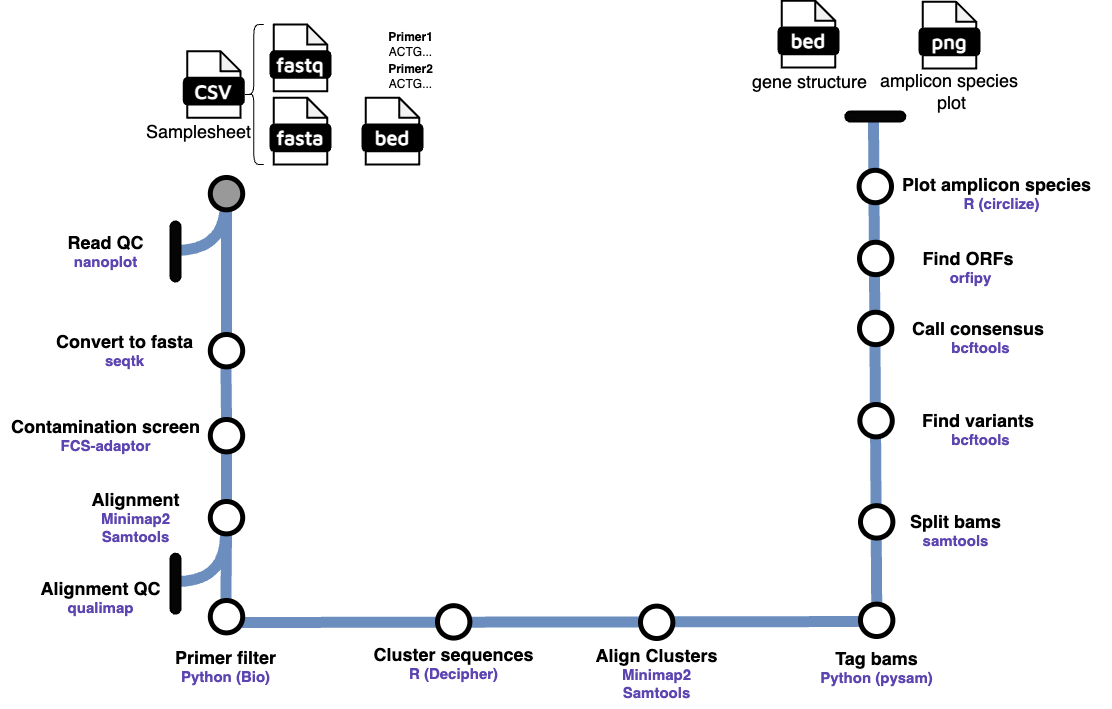
Above: docs/images/HiFiAmplicon_Metromap.drawio.png in rlinder02/rl-hifiampliconanalysis (draw.io), before the change. Source tidied: cells renumbered, new cells last; positions are measured from the earlier drawing's top-left corner, leaving out a move shared by most shapes. Its diagram source:
```xml
<mxGraphModel>
  <root>
    <mxCell id="0" />
    <mxCell id="1" parent="0" />
    <mxCell id="2" value="&lt;span style=&quot;font-size: 18px;&quot;&gt;&lt;b&gt;Convert to fasta&lt;/b&gt;&lt;/span&gt;&lt;div&gt;&lt;b style=&quot;&quot;&gt;&lt;font color=&quot;#5c45b0&quot; style=&quot;font-size: 15px;&quot;&gt;seqtk&lt;/font&gt;&lt;/b&gt;&lt;/div&gt;" style="text;html=1;align=center;verticalAlign=middle;strokeColor=none;fillColor=none;" parent="1" vertex="1">
      <mxGeometry x="43.8" y="325.2" width="160" height="50" as="geometry" />
    </mxCell>
    <mxCell id="3" value="&lt;span style=&quot;font-size: 18px;&quot;&gt;&lt;b&gt;Alignment QC&lt;/b&gt;&lt;/span&gt;&lt;div&gt;&lt;font color=&quot;#5c45b0&quot;&gt;&lt;span style=&quot;font-size: 15px;&quot;&gt;&lt;b&gt;qualimap&lt;/b&gt;&lt;/span&gt;&lt;/font&gt;&lt;/div&gt;" style="text;html=1;align=center;verticalAlign=middle;strokeColor=none;fillColor=none;" parent="1" vertex="1">
      <mxGeometry x="30" y="572.2" width="140" height="50" as="geometry" />
    </mxCell>
    <mxCell id="4" value="&lt;span style=&quot;font-size: 18px;&quot;&gt;&lt;b&gt;Read QC&lt;/b&gt;&lt;/span&gt;&lt;br&gt;&lt;div&gt;&lt;font color=&quot;#5c45b0&quot;&gt;&lt;span style=&quot;font-size: 15px;&quot;&gt;&lt;b&gt;nanoplot&lt;/b&gt;&lt;/span&gt;&lt;/font&gt;&lt;/div&gt;" style="text;html=1;align=center;verticalAlign=middle;strokeColor=none;fillColor=none;" parent="1" vertex="1">
      <mxGeometry x="55" y="226" width="100" height="50" as="geometry" />
    </mxCell>
    <mxCell id="5" value="&lt;span style=&quot;font-size: 18px;&quot;&gt;&lt;b&gt;Contamination screen&lt;/b&gt;&lt;/span&gt;&lt;br&gt;&lt;div&gt;&lt;b style=&quot;&quot;&gt;&lt;font color=&quot;#5c45b0&quot; style=&quot;font-size: 15px;&quot;&gt;FCS-adaptor&lt;/font&gt;&lt;/b&gt;&lt;/div&gt;" style="text;html=1;align=center;verticalAlign=middle;strokeColor=none;fillColor=none;" parent="1" vertex="1">
      <mxGeometry x="-0.2" y="410.2" width="210" height="50" as="geometry" />
    </mxCell>
    <mxCell id="6" style="endArrow=none;html=1;rounded=1;strokeWidth=11;fontSize=12;startSize=8;endSize=8;curved=1;exitX=0.5;exitY=1;exitDx=0;exitDy=0;fillColor=#dae8fc;strokeColor=#6c8ebf;" parent="1" edge="1" target="39">
      <mxGeometry relative="1" as="geometry">
        <mxPoint x="226" y="201" as="sourcePoint" />
      </mxGeometry>
    </mxCell>
    <mxCell id="7" style="endArrow=none;html=1;rounded=1;strokeWidth=11;fontSize=12;startSize=8;endSize=8;curved=1;exitX=0.5;exitY=1;exitDx=0;exitDy=0;fillColor=#dae8fc;strokeColor=#6c8ebf;" parent="1" edge="1">
      <mxGeometry relative="1" as="geometry">
        <mxPoint x="240.2" y="622" as="sourcePoint" />
        <mxPoint x="890" y="621" as="targetPoint" />
      </mxGeometry>
    </mxCell>
    <mxCell id="8" style="group;" parent="1" vertex="1">
      <mxGeometry x="170" y="24" width="855" height="140" as="geometry" />
    </mxCell>
    <mxCell id="9" style="group;" parent="8" vertex="1">
      <mxGeometry x="13.3" y="26.7" width="60" height="66.7" as="geometry" />
    </mxCell>
    <mxCell id="10" style="shape=note;whiteSpace=wrap;html=1;backgroundOutline=1;darkOpacity=0.05;rounded=1;size=20;strokeWidth=2;" parent="9" vertex="1">
      <mxGeometry x="3.3" width="53.3" height="66.7" as="geometry" />
    </mxCell>
    <mxCell id="11" value="&lt;font face=&quot;Maven Pro&quot; color=&quot;#ffffff&quot;&gt;&lt;b&gt;&lt;font style=&quot;font-size: 20px;&quot;&gt;CSV&lt;/font&gt;&lt;/b&gt;&lt;/font&gt;" style="rounded=1;whiteSpace=wrap;html=1;strokeWidth=2;fillColor=#000000;" parent="9" vertex="1">
      <mxGeometry y="26.7" width="60" height="26.7" as="geometry" />
    </mxCell>
    <mxCell id="12" value="&lt;font style=&quot;font-size: 18px;&quot; face=&quot;Helvetica&quot;&gt;Samplesheet&lt;/font&gt;" style="text;html=1;align=center;verticalAlign=middle;strokeColor=none;fillColor=none;" parent="8" vertex="1">
      <mxGeometry x="-36.7" y="86.7" width="130" height="40" as="geometry" />
    </mxCell>
    <mxCell id="13" style="group;" parent="8" vertex="1">
      <mxGeometry x="100" width="60" height="66.7" as="geometry" />
    </mxCell>
    <mxCell id="14" style="shape=note;whiteSpace=wrap;html=1;backgroundOutline=1;darkOpacity=0.05;rounded=1;size=20;strokeWidth=2;" parent="13" vertex="1">
      <mxGeometry x="3.3" width="53.3" height="66.7" as="geometry" />
    </mxCell>
    <mxCell id="15" value="&lt;font face=&quot;Maven Pro&quot; color=&quot;#ffffff&quot;&gt;&lt;b&gt;&lt;font style=&quot;font-size: 20px;&quot;&gt;fastq&lt;/font&gt;&lt;/b&gt;&lt;/font&gt;" style="rounded=1;whiteSpace=wrap;html=1;strokeWidth=2;fillColor=#000000;" parent="13" vertex="1">
      <mxGeometry y="26.7" width="60" height="26.7" as="geometry" />
    </mxCell>
    <mxCell id="16" style="group;" parent="8" vertex="1">
      <mxGeometry x="100" y="73.3" width="60" height="66.7" as="geometry" />
    </mxCell>
    <mxCell id="17" style="shape=note;whiteSpace=wrap;html=1;backgroundOutline=1;darkOpacity=0.05;rounded=1;size=20;strokeWidth=2;" parent="16" vertex="1">
      <mxGeometry x="3.3" width="53.3" height="66.7" as="geometry" />
    </mxCell>
    <mxCell id="18" value="&lt;font face=&quot;Maven Pro&quot; color=&quot;#ffffff&quot;&gt;&lt;b&gt;&lt;font style=&quot;font-size: 20px;&quot;&gt;fasta&lt;/font&gt;&lt;/b&gt;&lt;/font&gt;" style="rounded=1;whiteSpace=wrap;html=1;strokeWidth=2;fillColor=#000000;" parent="16" vertex="1">
      <mxGeometry y="26.7" width="60" height="26.7" as="geometry" />
    </mxCell>
    <mxCell id="19" style="shape=curlyBracket;whiteSpace=wrap;html=1;rounded=1;labelPosition=left;verticalLabelPosition=middle;align=right;verticalAlign=middle;size=0.5;" parent="8" vertex="1">
      <mxGeometry x="73.3" width="20" height="140" as="geometry" />
    </mxCell>
    <mxCell id="20" style="group;" parent="8" vertex="1">
      <mxGeometry x="192" y="73.3" width="60" height="66.7" as="geometry" />
    </mxCell>
    <mxCell id="21" style="shape=note;whiteSpace=wrap;html=1;backgroundOutline=1;darkOpacity=0.05;rounded=1;size=20;strokeWidth=2;" parent="20" vertex="1">
      <mxGeometry x="3.3" width="53.3" height="66.7" as="geometry" />
    </mxCell>
    <mxCell id="22" value="&lt;font face=&quot;Maven Pro&quot; color=&quot;#ffffff&quot;&gt;&lt;b&gt;&lt;font style=&quot;font-size: 20px;&quot;&gt;bed&lt;/font&gt;&lt;/b&gt;&lt;/font&gt;" style="rounded=1;whiteSpace=wrap;html=1;strokeWidth=2;fillColor=#000000;" parent="20" vertex="1">
      <mxGeometry y="26.7" width="60" height="26.7" as="geometry" />
    </mxCell>
    <mxCell id="23" style="group;" parent="8" vertex="1">
      <mxGeometry x="608" y="-23.7" width="60" height="66.7" as="geometry" />
    </mxCell>
    <mxCell id="24" style="shape=note;whiteSpace=wrap;html=1;backgroundOutline=1;darkOpacity=0.05;rounded=1;size=20;strokeWidth=2;" parent="23" vertex="1">
      <mxGeometry x="3.3" width="53.3" height="66.7" as="geometry" />
    </mxCell>
    <mxCell id="25" value="&lt;font face=&quot;Maven Pro&quot; color=&quot;#ffffff&quot;&gt;&lt;b&gt;&lt;font style=&quot;font-size: 20px;&quot;&gt;bed&lt;/font&gt;&lt;/b&gt;&lt;/font&gt;" style="rounded=1;whiteSpace=wrap;html=1;strokeWidth=2;fillColor=#000000;" parent="23" vertex="1">
      <mxGeometry y="26.7" width="60" height="26.7" as="geometry" />
    </mxCell>
    <mxCell id="26" style="group;" parent="8" vertex="1">
      <mxGeometry x="749" y="-22.7" width="60" height="66.7" as="geometry" />
    </mxCell>
    <mxCell id="27" style="shape=note;whiteSpace=wrap;html=1;backgroundOutline=1;darkOpacity=0.05;rounded=1;size=20;strokeWidth=2;" parent="26" vertex="1">
      <mxGeometry x="3.3" width="53.3" height="66.7" as="geometry" />
    </mxCell>
    <mxCell id="28" value="&lt;font face=&quot;Maven Pro&quot; color=&quot;#ffffff&quot;&gt;&lt;b&gt;&lt;font style=&quot;font-size: 20px;&quot;&gt;png&lt;/font&gt;&lt;/b&gt;&lt;/font&gt;" style="rounded=1;whiteSpace=wrap;html=1;strokeWidth=2;fillColor=#000000;" parent="26" vertex="1">
      <mxGeometry y="26.7" width="60" height="26.7" as="geometry" />
    </mxCell>
    <mxCell id="29" value="&lt;font style=&quot;font-size: 18px;&quot; face=&quot;Helvetica&quot;&gt;amplicon species&amp;nbsp;&lt;/font&gt;&lt;div&gt;&lt;font style=&quot;font-size: 18px;&quot; face=&quot;Helvetica&quot;&gt;plot&lt;/font&gt;&lt;/div&gt;" style="text;html=1;align=center;verticalAlign=middle;strokeColor=none;fillColor=none;" parent="8" vertex="1">
      <mxGeometry x="696" y="37" width="170" height="60" as="geometry" />
    </mxCell>
    <mxCell id="30" style="endArrow=none;html=1;rounded=1;strokeWidth=11;fontSize=12;startSize=8;endSize=8;curved=1;fillColor=#dae8fc;strokeColor=#6c8ebf;exitX=0.5;exitY=0;exitDx=0;exitDy=0;" parent="1" edge="1" source="55">
      <mxGeometry relative="1" as="geometry">
        <mxPoint x="873" y="121" as="targetPoint" />
      </mxGeometry>
    </mxCell>
    <mxCell id="31" style="rounded=1;whiteSpace=wrap;html=1;strokeWidth=2;arcSize=50;fillColor=#050505;rotation=-90;" parent="1" vertex="1">
      <mxGeometry x="869.8" y="86" width="10" height="60" as="geometry" />
    </mxCell>
    <mxCell id="32" style="endArrow=none;html=1;rounded=1;strokeWidth=11;fontSize=12;startSize=8;endSize=8;curved=1;exitX=0.5;exitY=1;exitDx=0;exitDy=0;fillColor=#dae8fc;strokeColor=#6c8ebf;" parent="1" edge="1" source="47">
      <mxGeometry relative="1" as="geometry">
        <mxPoint x="225.4" y="600" as="targetPoint" />
      </mxGeometry>
    </mxCell>
    <mxCell id="33" style="ellipse;whiteSpace=wrap;html=1;rounded=1;rotation=0;strokeWidth=5;" parent="1" vertex="1">
      <mxGeometry x="209.8" y="600" width="32.4" height="32.4" as="geometry" />
    </mxCell>
    <mxCell id="34" value="&lt;b&gt;Primer1&lt;/b&gt;&lt;div&gt;ACTG...&lt;/div&gt;" style="text;html=1;align=center;verticalAlign=middle;strokeColor=none;fillColor=none;" parent="1" vertex="1">
      <mxGeometry x="375" y="24" width="70" height="40" as="geometry" />
    </mxCell>
    <mxCell id="35" value="&lt;b&gt;Primer2&lt;/b&gt;&lt;div&gt;ACTG...&lt;/div&gt;" style="text;html=1;align=center;verticalAlign=middle;strokeColor=none;fillColor=none;" parent="1" vertex="1">
      <mxGeometry x="375" y="56" width="70" height="40" as="geometry" />
    </mxCell>
    <mxCell id="36" style="endArrow=none;html=1;rounded=1;strokeWidth=11;fontSize=12;startSize=8;endSize=8;curved=1;exitX=0.5;exitY=1;exitDx=0;exitDy=0;fillColor=#dae8fc;strokeColor=#6c8ebf;" parent="1" edge="1" target="40">
      <mxGeometry relative="1" as="geometry">
        <mxPoint x="225.4" y="364" as="sourcePoint" />
      </mxGeometry>
    </mxCell>
    <mxCell id="37" style="endArrow=none;html=1;rounded=1;strokeWidth=11;fontSize=12;startSize=8;endSize=8;curved=1;exitX=0.5;exitY=1;exitDx=0;exitDy=0;fillColor=#dae8fc;strokeColor=#6c8ebf;" parent="1" edge="1" source="40" target="47">
      <mxGeometry relative="1" as="geometry" />
    </mxCell>
    <mxCell id="38" value="&lt;span style=&quot;font-size: 18px;&quot;&gt;&lt;b&gt;Alignment&lt;/b&gt;&lt;/span&gt;&lt;br&gt;&lt;div&gt;&lt;font color=&quot;#5c45b0&quot;&gt;&lt;span style=&quot;font-size: 15px;&quot;&gt;&lt;b&gt;Minimap2&lt;/b&gt;&lt;/span&gt;&lt;/font&gt;&lt;/div&gt;&lt;div&gt;&lt;font color=&quot;#5c45b0&quot;&gt;&lt;span style=&quot;font-size: 15px;&quot;&gt;&lt;b&gt;Samtools&lt;/b&gt;&lt;/span&gt;&lt;/font&gt;&lt;/div&gt;" style="text;html=1;align=center;verticalAlign=middle;strokeColor=none;fillColor=none;" parent="1" vertex="1">
      <mxGeometry x="80" y="482.2" width="110" height="70" as="geometry" />
    </mxCell>
    <mxCell id="39" style="ellipse;whiteSpace=wrap;html=1;rounded=1;rotation=0;strokeWidth=5;" parent="1" vertex="1">
      <mxGeometry x="209.8" y="334" width="32.4" height="32.4" as="geometry" />
    </mxCell>
    <mxCell id="40" style="ellipse;whiteSpace=wrap;html=1;rounded=1;rotation=0;strokeWidth=5;" parent="1" vertex="1">
      <mxGeometry x="209.8" y="419" width="32.4" height="32.4" as="geometry" />
    </mxCell>
    <mxCell id="41" style="group;" parent="1" vertex="1">
      <mxGeometry x="170" y="201.8" width="55" height="79.2" as="geometry" />
    </mxCell>
    <mxCell id="42" style="endArrow=none;html=1;rounded=1;strokeWidth=11;fontSize=12;startSize=8;endSize=8;curved=1;exitX=0.5;exitY=1;exitDx=0;exitDy=0;fillColor=#dae8fc;strokeColor=#6c8ebf;edgeStyle=orthogonalEdgeStyle;entryX=1;entryY=0.28;entryDx=0;entryDy=0;entryPerimeter=0;" parent="41" edge="1">
      <mxGeometry relative="1" as="geometry">
        <mxPoint x="55" as="sourcePoint" />
        <mxPoint x="5" y="47.2" as="targetPoint" />
        <Array as="points">
          <mxPoint x="55" y="48.2" />
        </Array>
      </mxGeometry>
    </mxCell>
    <mxCell id="43" style="rounded=1;whiteSpace=wrap;html=1;strokeWidth=2;arcSize=50;fillColor=#050505;" parent="41" vertex="1">
      <mxGeometry y="19.2" width="10" height="60" as="geometry" />
    </mxCell>
    <mxCell id="44" style="group;" parent="1" vertex="1">
      <mxGeometry x="170" y="534" width="55" height="79.2" as="geometry" />
    </mxCell>
    <mxCell id="45" style="endArrow=none;html=1;rounded=1;strokeWidth=11;fontSize=12;startSize=8;endSize=8;curved=1;exitX=0.5;exitY=1;exitDx=0;exitDy=0;fillColor=#dae8fc;strokeColor=#6c8ebf;edgeStyle=orthogonalEdgeStyle;entryX=1;entryY=0.28;entryDx=0;entryDy=0;entryPerimeter=0;" parent="44" edge="1">
      <mxGeometry relative="1" as="geometry">
        <mxPoint x="55" as="sourcePoint" />
        <mxPoint x="5" y="47.2" as="targetPoint" />
        <Array as="points">
          <mxPoint x="55" y="48.2" />
        </Array>
      </mxGeometry>
    </mxCell>
    <mxCell id="46" style="rounded=1;whiteSpace=wrap;html=1;strokeWidth=2;arcSize=50;fillColor=#050505;" parent="44" vertex="1">
      <mxGeometry y="19.2" width="10" height="60" as="geometry" />
    </mxCell>
    <mxCell id="47" style="ellipse;whiteSpace=wrap;html=1;rounded=1;rotation=0;strokeWidth=5;" parent="1" vertex="1">
      <mxGeometry x="209.8" y="501" width="32.4" height="32.4" as="geometry" />
    </mxCell>
    <mxCell id="48" style="ellipse;whiteSpace=wrap;html=1;rounded=1;rotation=0;strokeWidth=5;fillColor=#999999;" parent="1" vertex="1">
      <mxGeometry x="209.8" y="177" width="32.4" height="32.4" as="geometry" />
    </mxCell>
    <mxCell id="49" value="&lt;span style=&quot;font-size: 18px;&quot;&gt;&lt;b&gt;Primer filter&lt;/b&gt;&lt;/span&gt;&lt;div&gt;&lt;font color=&quot;#5c45b0&quot;&gt;&lt;span style=&quot;font-size: 15px;&quot;&gt;&lt;b&gt;Python (Bio)&lt;/b&gt;&lt;/span&gt;&lt;/font&gt;&lt;/div&gt;" style="text;html=1;align=center;verticalAlign=middle;strokeColor=none;fillColor=none;" parent="1" vertex="1">
      <mxGeometry x="165" y="641" width="120" height="50" as="geometry" />
    </mxCell>
    <mxCell id="50" style="ellipse;whiteSpace=wrap;html=1;rounded=1;rotation=0;strokeWidth=5;" parent="1" vertex="1">
      <mxGeometry x="437" y="605.2" width="32.4" height="32.4" as="geometry" />
    </mxCell>
    <mxCell id="51" value="&lt;span style=&quot;font-size: 18px;&quot;&gt;&lt;b&gt;Cluster sequences&lt;/b&gt;&lt;/span&gt;&lt;div&gt;&lt;font color=&quot;#5c45b0&quot;&gt;&lt;span style=&quot;font-size: 15px;&quot;&gt;&lt;b&gt;R (Decipher)&lt;/b&gt;&lt;/span&gt;&lt;/font&gt;&lt;/div&gt;" style="text;html=1;align=center;verticalAlign=middle;strokeColor=none;fillColor=none;" parent="1" vertex="1">
      <mxGeometry x="363.2" y="637.6" width="180" height="50" as="geometry" />
    </mxCell>
    <mxCell id="52" style="ellipse;whiteSpace=wrap;html=1;rounded=1;rotation=0;strokeWidth=5;" parent="1" vertex="1">
      <mxGeometry x="640" y="605.6" width="32.4" height="32.4" as="geometry" />
    </mxCell>
    <mxCell id="53" value="&lt;span style=&quot;font-size: 18px;&quot;&gt;&lt;b&gt;Align Clusters&lt;/b&gt;&lt;/span&gt;&lt;div&gt;&lt;font color=&quot;#5c45b0&quot;&gt;&lt;span style=&quot;font-size: 15px;&quot;&gt;&lt;b&gt;Minimap2&lt;/b&gt;&lt;/span&gt;&lt;/font&gt;&lt;/div&gt;&lt;div&gt;&lt;font color=&quot;#5c45b0&quot;&gt;&lt;span style=&quot;font-size: 15px;&quot;&gt;&lt;b&gt;Samtools&lt;/b&gt;&lt;/span&gt;&lt;/font&gt;&lt;/div&gt;" style="text;html=1;align=center;verticalAlign=middle;strokeColor=none;fillColor=none;" parent="1" vertex="1">
      <mxGeometry x="581.2" y="637.6" width="150" height="70" as="geometry" />
    </mxCell>
    <mxCell id="54" value="&lt;span style=&quot;font-size: 18px;&quot;&gt;&lt;b&gt;Tag bams&lt;/b&gt;&lt;/span&gt;&lt;div&gt;&lt;font color=&quot;#5c45b0&quot;&gt;&lt;span style=&quot;font-size: 15px;&quot;&gt;&lt;b&gt;Python (pysam)&lt;/b&gt;&lt;/span&gt;&lt;/font&gt;&lt;/div&gt;" style="text;html=1;align=center;verticalAlign=middle;strokeColor=none;fillColor=none;" parent="1" vertex="1">
      <mxGeometry x="806.2" y="642" width="140" height="50" as="geometry" />
    </mxCell>
    <mxCell id="55" style="ellipse;whiteSpace=wrap;html=1;rounded=1;rotation=0;strokeWidth=5;" parent="1" vertex="1">
      <mxGeometry x="860" y="603.6" width="32.4" height="32.4" as="geometry" />
    </mxCell>
    <mxCell id="56" style="ellipse;whiteSpace=wrap;html=1;rounded=1;rotation=0;strokeWidth=5;" parent="1" vertex="1">
      <mxGeometry x="860" y="505.2" width="32.4" height="32.4" as="geometry" />
    </mxCell>
    <mxCell id="57" value="&lt;span style=&quot;font-size: 18px;&quot;&gt;&lt;b&gt;Split bams&lt;/b&gt;&lt;/span&gt;&lt;div&gt;&lt;font color=&quot;#5c45b0&quot;&gt;&lt;span style=&quot;font-size: 15px;&quot;&gt;&lt;b&gt;samtools&lt;/b&gt;&lt;/span&gt;&lt;/font&gt;&lt;/div&gt;" style="text;html=1;align=center;verticalAlign=middle;strokeColor=none;fillColor=none;" parent="1" vertex="1">
      <mxGeometry x="900" y="505.2" width="110" height="50" as="geometry" />
    </mxCell>
    <mxCell id="58" style="ellipse;whiteSpace=wrap;html=1;rounded=1;rotation=0;strokeWidth=5;" parent="1" vertex="1">
      <mxGeometry x="859.4" y="404" width="32.4" height="32.4" as="geometry" />
    </mxCell>
    <mxCell id="59" value="&lt;span style=&quot;font-size: 18px;&quot;&gt;&lt;b&gt;Find variants&amp;nbsp;&lt;/b&gt;&lt;/span&gt;&lt;div&gt;&lt;font color=&quot;#5c45b0&quot;&gt;&lt;span style=&quot;font-size: 15px;&quot;&gt;&lt;b&gt;bcftools&lt;/b&gt;&lt;/span&gt;&lt;/font&gt;&lt;/div&gt;" style="text;html=1;align=center;verticalAlign=middle;strokeColor=none;fillColor=none;" parent="1" vertex="1">
      <mxGeometry x="910" y="404" width="140" height="50" as="geometry" />
    </mxCell>
    <mxCell id="60" style="ellipse;whiteSpace=wrap;html=1;rounded=1;rotation=0;strokeWidth=5;" parent="1" vertex="1">
      <mxGeometry x="859" y="311.8" width="32.4" height="32.4" as="geometry" />
    </mxCell>
    <mxCell id="61" value="&lt;span style=&quot;font-size: 18px;&quot;&gt;&lt;b&gt;Call consensus&amp;nbsp;&lt;/b&gt;&lt;/span&gt;&lt;div&gt;&lt;font color=&quot;#5c45b0&quot;&gt;&lt;span style=&quot;font-size: 15px;&quot;&gt;&lt;b&gt;bcftools&lt;/b&gt;&lt;/span&gt;&lt;/font&gt;&lt;/div&gt;" style="text;html=1;align=center;verticalAlign=middle;strokeColor=none;fillColor=none;" parent="1" vertex="1">
      <mxGeometry x="899.6" y="311.8" width="160" height="50" as="geometry" />
    </mxCell>
    <mxCell id="62" style="ellipse;whiteSpace=wrap;html=1;rounded=1;rotation=0;strokeWidth=5;" parent="1" vertex="1">
      <mxGeometry x="859" y="241.8" width="32.4" height="32.4" as="geometry" />
    </mxCell>
    <mxCell id="63" value="&lt;span style=&quot;font-size: 18px;&quot;&gt;&lt;b&gt;Find ORFs&amp;nbsp;&lt;/b&gt;&lt;/span&gt;&lt;div&gt;&lt;font color=&quot;#5c45b0&quot;&gt;&lt;span style=&quot;font-size: 15px;&quot;&gt;&lt;b&gt;orfipy&lt;/b&gt;&lt;/span&gt;&lt;/font&gt;&lt;/div&gt;" style="text;html=1;align=center;verticalAlign=middle;strokeColor=none;fillColor=none;" parent="1" vertex="1">
      <mxGeometry x="910" y="241.8" width="120" height="50" as="geometry" />
    </mxCell>
    <mxCell id="64" style="ellipse;whiteSpace=wrap;html=1;rounded=1;rotation=0;strokeWidth=5;" parent="1" vertex="1">
      <mxGeometry x="858.6" y="169.8" width="32.4" height="32.4" as="geometry" />
    </mxCell>
    <mxCell id="65" value="&lt;span style=&quot;font-size: 18px;&quot;&gt;&lt;b&gt;Plot amplicon species&amp;nbsp;&amp;nbsp;&lt;/b&gt;&lt;/span&gt;&lt;div&gt;&lt;font color=&quot;#5c45b0&quot;&gt;&lt;span style=&quot;font-size: 15px;&quot;&gt;&lt;b&gt;R (circlize)&lt;/b&gt;&lt;/span&gt;&lt;/font&gt;&lt;/div&gt;" style="text;html=1;align=center;verticalAlign=middle;strokeColor=none;fillColor=none;" parent="1" vertex="1">
      <mxGeometry x="891.4" y="168.1" width="220" height="50" as="geometry" />
    </mxCell>
    <mxCell id="66" value="&lt;font style=&quot;font-size: 18px;&quot; face=&quot;Helvetica&quot;&gt;gene structure&lt;/font&gt;" style="text;html=1;align=center;verticalAlign=middle;strokeColor=none;fillColor=none;" parent="1" vertex="1">
      <mxGeometry x="739" y="61" width="140" height="40" as="geometry" />
    </mxCell>
  </root>
</mxGraphModel>
```
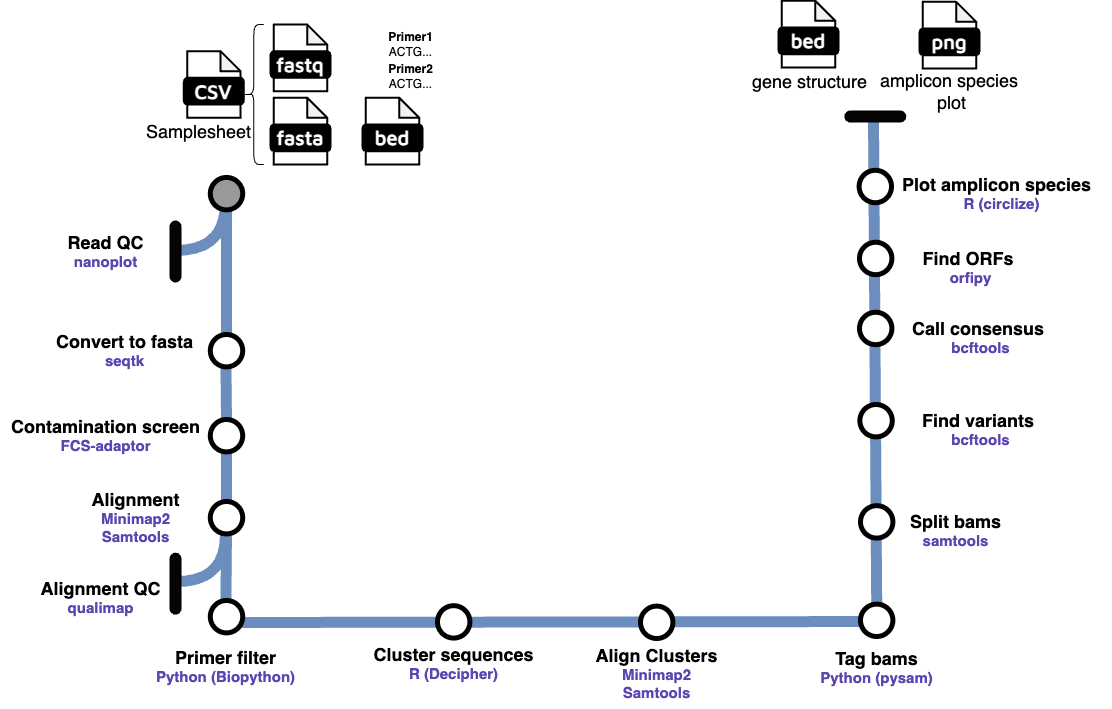
Later version of the same file.

Change to the diagram source:
```diff
@@ -166,8 +166,8 @@
     <mxCell id="48" style="ellipse;whiteSpace=wrap;html=1;rounded=1;rotation=0;strokeWidth=5;fillColor=#999999;" parent="1" vertex="1">
       <mxGeometry x="209.8" y="177" width="32.4" height="32.4" as="geometry" />
     </mxCell>
-    <mxCell id="49" value="&lt;span style=&quot;font-size: 18px;&quot;&gt;&lt;b&gt;Primer filter&lt;/b&gt;&lt;/span&gt;&lt;div&gt;&lt;font color=&quot;#5c45b0&quot;&gt;&lt;span style=&quot;font-size: 15px;&quot;&gt;&lt;b&gt;Python (Bio)&lt;/b&gt;&lt;/span&gt;&lt;/font&gt;&lt;/div&gt;" style="text;html=1;align=center;verticalAlign=middle;strokeColor=none;fillColor=none;" parent="1" vertex="1">
-      <mxGeometry x="165" y="641" width="120" height="50" as="geometry" />
+    <mxCell id="49" value="&lt;span style=&quot;font-size: 18px;&quot;&gt;&lt;b&gt;Primer filter&lt;/b&gt;&lt;/span&gt;&lt;div&gt;&lt;font color=&quot;#5c45b0&quot;&gt;&lt;span style=&quot;font-size: 15px;&quot;&gt;&lt;b&gt;Python (Biopython)&lt;/b&gt;&lt;/span&gt;&lt;/font&gt;&lt;/div&gt;" style="text;html=1;align=center;verticalAlign=middle;strokeColor=none;fillColor=none;" parent="1" vertex="1">
+      <mxGeometry x="145" y="641" width="160" height="50" as="geometry" />
     </mxCell>
     <mxCell id="50" style="ellipse;whiteSpace=wrap;html=1;rounded=1;rotation=0;strokeWidth=5;" parent="1" vertex="1">
       <mxGeometry x="437" y="605.2" width="32.4" height="32.4" as="geometry" />
```
